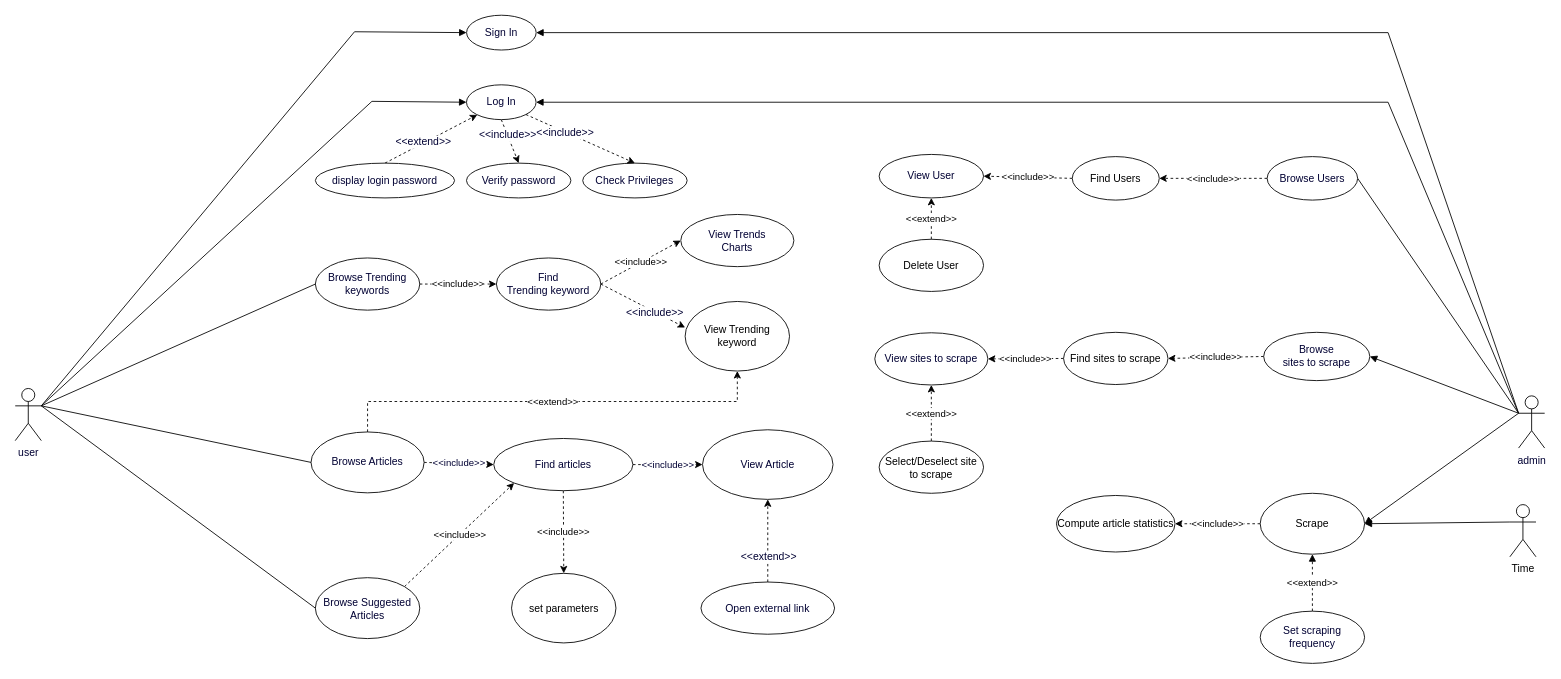
The draw.io diagram documents/usecase_diagram/View Diagram v5.drawio in marcopettorali/lnpx_task2, before the edit. Source tidied: cells renumbered, new cells numbered last; positions are measured from the earlier drawing's top-left corner, leaving out a move shared by most shapes. Both pictures are drawn from the tidied source at 87%, with x=0, y=0 at pixel (15, 15).
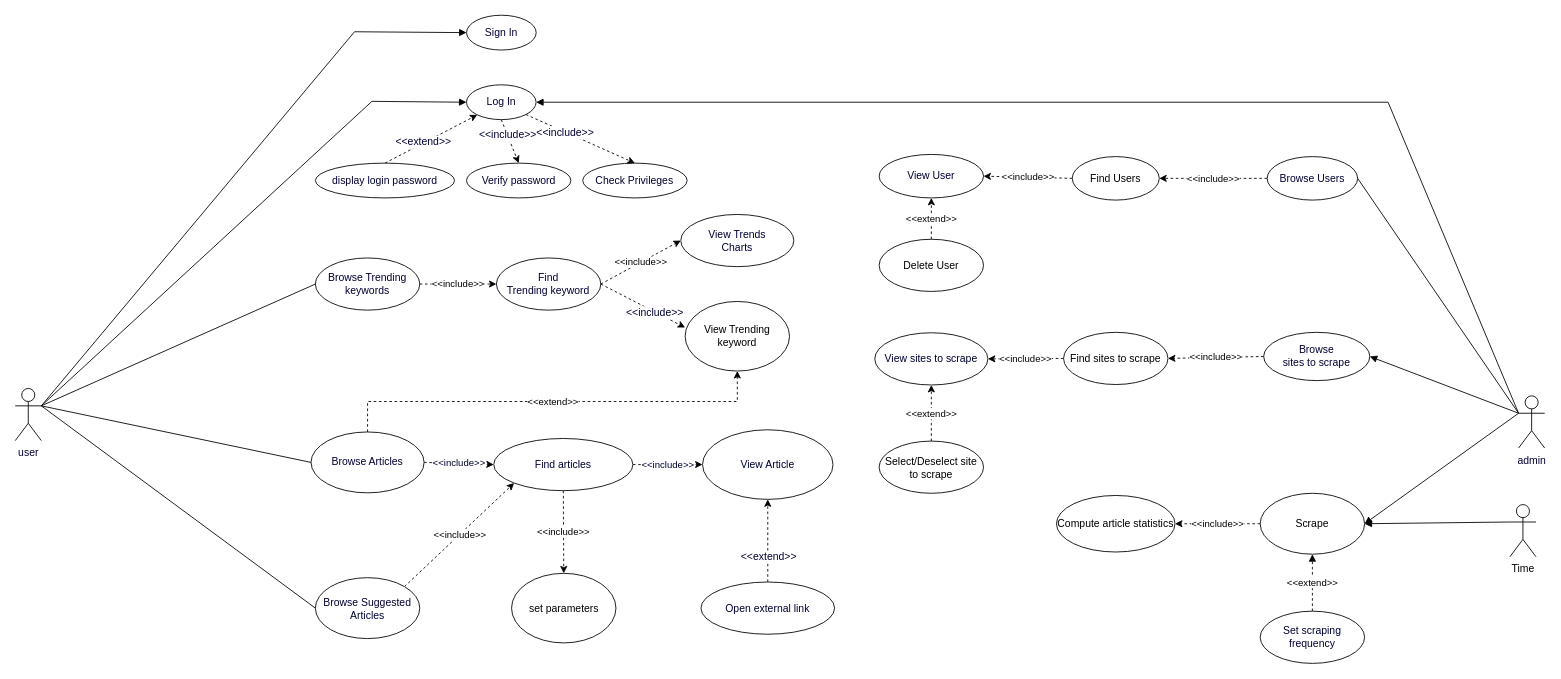
After the change.

The change refers to these unchanged cells:
```xml
<mxCell id="8" value="Sign In" style="ellipse;whiteSpace=wrap;html=1;fontColor=#000033;" parent="1" vertex="1">
  <mxGeometry x="518.8" width="80" height="40" as="geometry" />
</mxCell>
<mxCell id="36" value="admin" style="shape=umlActor;verticalLabelPosition=bottom;labelBackgroundColor=#ffffff;verticalAlign=top;html=1;outlineConnect=0;fontColor=#000033;" parent="1" vertex="1">
  <mxGeometry x="1728" y="437.5" width="30" height="60" as="geometry" />
</mxCell>
```

Diff of the diagram source:
```diff
@@
-    <mxCell id="34" style="edgeStyle=none;rounded=0;jettySize=auto;html=1;exitX=0;exitY=0.3333333333333333;exitDx=0;exitDy=0;exitPerimeter=0;startArrow=none;startFill=0;endArrow=block;endFill=1;entryX=1;entryY=0.5;entryDx=0;entryDy=0;" parent="1" edge="1" source="36" target="8">
-      <mxGeometry relative="1" as="geometry">
-        <Array as="points">
-          <mxPoint x="1578" y="20" />
-        </Array>
-      </mxGeometry>
-    </mxCell>
```
